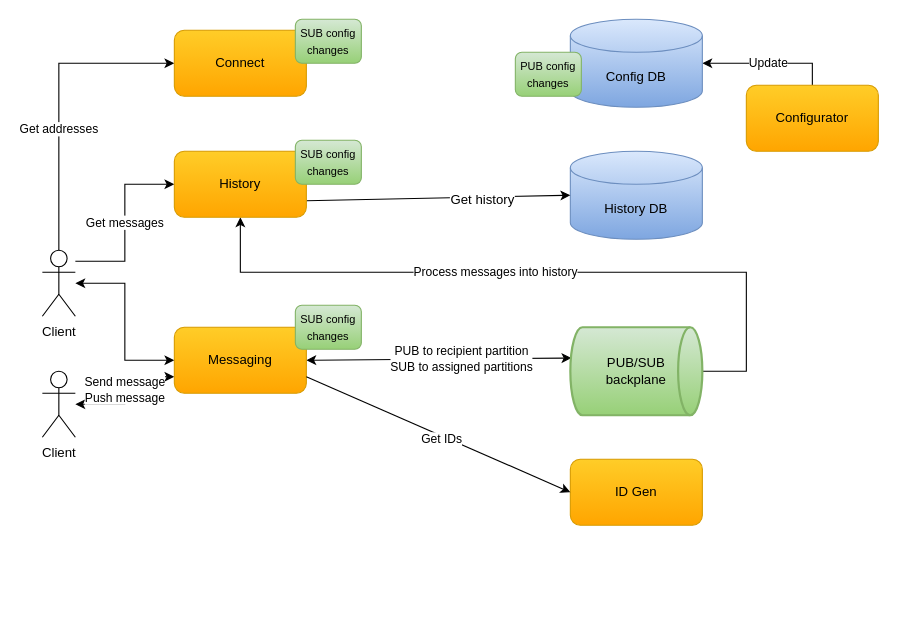
cvetomir-todorov/CecoChat keeps this draw.io diagram as docs/diagrams/cecochat-01-overall.drawio. Above is the earlier version. Source tidied: cells renumbered, new cells numbered last; positions are measured from the earlier drawing's top-left corner, leaving out a move shared by most shapes. Both pictures are drawn from the tidied source at 110%, with x=0, y=0 at pixel (42, 19).
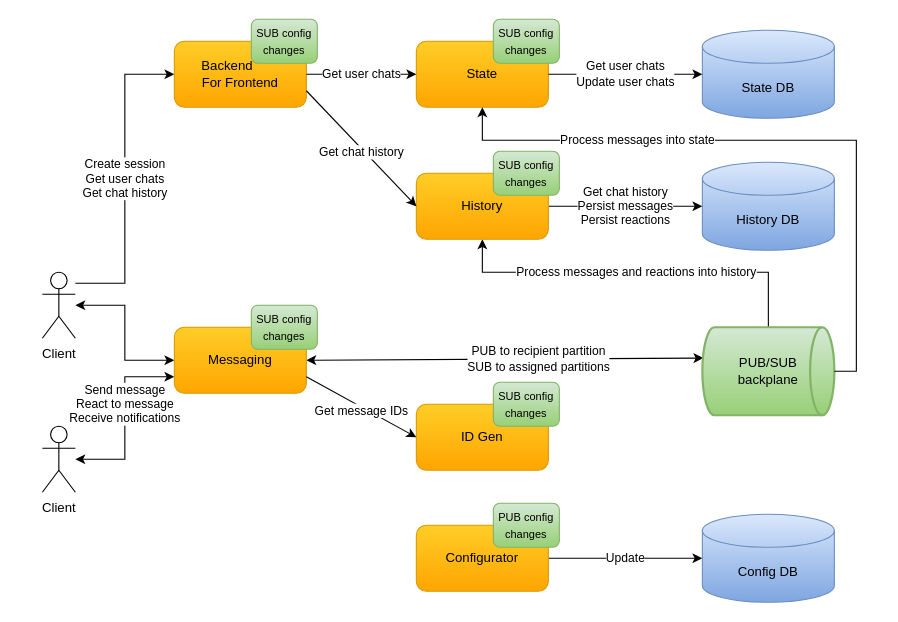
The same page after the edit.

Unchanged cells that the change refers to:
```xml
<mxCell id="9" value="&lt;font style=&quot;font-size: 12px&quot;&gt;Messaging&lt;/font&gt;" style="rounded=1;whiteSpace=wrap;html=1;gradientColor=#ffa500;fillColor=#ffcd28;strokeColor=#d79b00;" parent="1" vertex="1">
  <mxGeometry x="120" y="280" width="120" height="60" as="geometry" />
</mxCell>
```

What changed in the source:
```diff
@@
-    <mxCell id="3" value="Get addresses" style="edgeStyle=orthogonalEdgeStyle;rounded=0;jettySize=auto;html=1;entryX=0;entryY=0.5;entryDx=0;entryDy=0;" parent="1" edge="1" source="5" target="14">
-      <mxGeometry x="-0.2" relative="1" as="geometry">
-        <Array as="points">
-          <mxPoint x="15" y="40" />
-        </Array>
-      </mxGeometry>
-    </mxCell>
-    <mxCell id="4" value="Get messages" style="edgeStyle=orthogonalEdgeStyle;rounded=0;jettySize=auto;html=1;entryX=0;entryY=0.5;entryDx=0;entryDy=0;" parent="1" edge="1" source="5" target="18">
+    <mxCell id="4" value="Create session&lt;br&gt;Get user chats&lt;br&gt;Get chat history" style="edgeStyle=orthogonalEdgeStyle;rounded=0;jettySize=auto;html=1;entryX=0;entryY=0.5;entryDx=0;entryDy=0;" parent="1" edge="1" source="5" target="25">
       <mxGeometry relative="1" as="geometry">
         <Array as="points">
-          <mxPoint x="75" y="220" />
-          <mxPoint x="75" y="150" />
+          <mxPoint x="75" y="240" />
+          <mxPoint x="75" y="50" />
         </Array>
       </mxGeometry>
     </mxCell>
     <mxCell id="5" value="Client" style="shape=umlActor;verticalLabelPosition=bottom;verticalAlign=top;html=1;outlineConnect=0;" parent="1" vertex="1">
-      <mxGeometry y="210" width="30" height="60" as="geometry" />
+      <mxGeometry y="230" width="30" height="60" as="geometry" />
     </mxCell>
-    <mxCell id="6" value="Send message&lt;br&gt;Push message" style="edgeStyle=orthogonalEdgeStyle;rounded=0;jettySize=auto;html=1;entryX=0;entryY=0.75;entryDx=0;entryDy=0;startArrow=classic;startFill=1;" parent="1" edge="1" source="7" target="9">
-      <mxGeometry relative="1" as="geometry" />
+    <mxCell id="6" value="Send message&lt;br&gt;React to message&lt;br&gt;Receive notifications" style="edgeStyle=orthogonalEdgeStyle;rounded=0;jettySize=auto;html=1;entryX=0;entryY=0.75;entryDx=0;entryDy=0;startArrow=classic;startFill=1;" parent="1" edge="1" source="7" target="9">
+      <mxGeometry x="0.15" relative="1" as="geometry" />
     </mxCell>
     <mxCell id="7" value="Client" style="shape=umlActor;verticalLabelPosition=bottom;verticalAlign=top;html=1;outlineConnect=0;" parent="1" vertex="1">
-      <mxGeometry y="320" width="30" height="60" as="geometry" />
+      <mxGeometry y="370" width="30" height="60" as="geometry" />
     </mxCell>
@@
-    <mxCell id="10" value="Process messages into history" style="edgeStyle=orthogonalEdgeStyle;rounded=0;jettySize=auto;html=1;entryX=0.5;entryY=1;entryDx=0;entryDy=0;" parent="1" edge="1" source="11" target="18">
-      <mxGeometry x="0.12" relative="1" as="geometry">
+    <mxCell id="10" value="Process messages and reactions into history" style="edgeStyle=orthogonalEdgeStyle;rounded=0;jettySize=auto;html=1;entryX=0.5;entryY=1;entryDx=0;entryDy=0;exitX=0.5;exitY=0;exitDx=0;exitDy=0;exitPerimeter=0;" parent="1" edge="1" source="11" target="18">
+      <mxGeometry relative="1" as="geometry">
         <Array as="points">
-          <mxPoint x="640" y="320" />
-          <mxPoint x="640" y="230" />
-          <mxPoint x="180" y="230" />
+          <mxPoint x="660" y="230" />
+          <mxPoint x="400" y="230" />
         </Array>
       </mxGeometry>
     </mxCell>
     <mxCell id="11" value="PUB/SUB&lt;br&gt;backplane" style="strokeWidth=2;html=1;shape=mxgraph.flowchart.direct_data;whiteSpace=wrap;gradientColor=#97d077;fillColor=#d5e8d4;strokeColor=#82b366;" parent="1" vertex="1">
-      <mxGeometry x="480" y="280" width="120" height="80" as="geometry" />
+      <mxGeometry x="600" y="280" width="120" height="80" as="geometry" />
     </mxCell>
     <mxCell id="12" value="History DB" style="shape=cylinder3;whiteSpace=wrap;html=1;boundedLbl=1;backgroundOutline=1;size=15;gradientColor=#7ea6e0;fillColor=#dae8fc;strokeColor=#6c8ebf;" parent="1" vertex="1">
-      <mxGeometry x="480" y="120" width="120" height="80" as="geometry" />
+      <mxGeometry x="600" y="130" width="120" height="80" as="geometry" />
     </mxCell>
-    <mxCell id="13" value="&lt;font style=&quot;font-size: 12px&quot;&gt;Get history&lt;/font&gt;" style="rounded=0;jettySize=auto;html=1;entryX=0;entryY=0.5;entryDx=0;entryDy=0;entryPerimeter=0;startArrow=none;startFill=0;exitX=1;exitY=0.75;exitDx=0;exitDy=0;" parent="1" edge="1" source="18" target="12">
-      <mxGeometry x="0.33" y="-2" relative="1" as="geometry" />
+    <mxCell id="13" value="&lt;font style=&quot;font-size: 11px&quot;&gt;Get chat history&lt;br&gt;Persist messages&lt;br&gt;Persist reactions&lt;br&gt;&lt;/font&gt;" style="rounded=0;jettySize=auto;html=1;entryX=0;entryY=0.5;entryDx=0;entryDy=0;entryPerimeter=0;startArrow=none;startFill=0;exitX=1;exitY=0.5;exitDx=0;exitDy=0;" parent="1" edge="1" source="18" target="12">
+      <mxGeometry relative="1" as="geometry" />
     </mxCell>
-    <mxCell id="14" value="&lt;font style=&quot;font-size: 12px&quot;&gt;Connect&lt;br&gt;&lt;/font&gt;" style="rounded=1;whiteSpace=wrap;html=1;gradientColor=#ffa500;fillColor=#ffcd28;strokeColor=#d79b00;" parent="1" vertex="1">
-      <mxGeometry x="120" y="10" width="120" height="60" as="geometry" />
-    </mxCell>
-    <mxCell id="15" value="Update" style="edgeStyle=orthogonalEdgeStyle;rounded=0;jettySize=auto;html=1;entryX=1;entryY=0.5;entryDx=0;entryDy=0;entryPerimeter=0;exitX=0.5;exitY=0;exitDx=0;exitDy=0;" parent="1" edge="1" source="16" target="17">
+    <mxCell id="15" value="Update" style="edgeStyle=orthogonalEdgeStyle;rounded=0;jettySize=auto;html=1;entryX=0;entryY=0.5;entryDx=0;entryDy=0;entryPerimeter=0;exitX=1;exitY=0.5;exitDx=0;exitDy=0;" parent="1" edge="1" source="16" target="17">
       <mxGeometry relative="1" as="geometry" />
     </mxCell>
     <mxCell id="16" value="Configurator" style="rounded=1;whiteSpace=wrap;html=1;gradientColor=#ffa500;fillColor=#ffcd28;strokeColor=#d79b00;" parent="1" vertex="1">
-      <mxGeometry x="640" y="60" width="120" height="60" as="geometry" />
+      <mxGeometry x="340" y="460" width="120" height="60" as="geometry" />
     </mxCell>
     <mxCell id="17" value="Config DB" style="shape=cylinder3;whiteSpace=wrap;html=1;boundedLbl=1;backgroundOutline=1;size=15;gradientColor=#7ea6e0;fillColor=#dae8fc;strokeColor=#6c8ebf;" parent="1" vertex="1">
-      <mxGeometry x="480" width="120" height="80" as="geometry" />
+      <mxGeometry x="600" y="450" width="120" height="80" as="geometry" />
     </mxCell>
     <mxCell id="18" value="&lt;font style=&quot;font-size: 12px&quot;&gt;History&lt;/font&gt;" style="rounded=1;whiteSpace=wrap;html=1;gradientColor=#ffa500;fillColor=#ffcd28;strokeColor=#d79b00;" parent="1" vertex="1">
-      <mxGeometry x="120" y="120" width="120" height="60" as="geometry" />
+      <mxGeometry x="340" y="140" width="120" height="60" as="geometry" />
     </mxCell>
     <mxCell id="19" value="&lt;font style=&quot;font-size: 12px&quot;&gt;ID Gen&lt;/font&gt;" style="rounded=1;whiteSpace=wrap;html=1;gradientColor=#ffa500;fillColor=#ffcd28;strokeColor=#d79b00;" parent="1" vertex="1">
-      <mxGeometry x="480" y="400" width="120" height="60" as="geometry" />
+      <mxGeometry x="340" y="350" width="120" height="60" as="geometry" />
     </mxCell>
-    <mxCell id="20" value="Get IDs" style="endArrow=classic;html=1;exitX=1;exitY=0.75;exitDx=0;exitDy=0;entryX=0;entryY=0.5;entryDx=0;entryDy=0;" parent="1" edge="1" source="9" target="19">
+    <mxCell id="20" value="Get message IDs" style="endArrow=classic;html=1;exitX=1;exitY=0.75;exitDx=0;exitDy=0;entryX=0;entryY=0.5;entryDx=0;entryDy=0;" parent="1" edge="1" source="9" target="19">
       <mxGeometry x="0.04" y="-3" relative="1" as="geometry" />
     </mxCell>
     <mxCell id="21" value="&lt;font style=&quot;font-size: 10px&quot;&gt;PUB config&lt;br&gt;changes&lt;/font&gt;" style="rounded=1;whiteSpace=wrap;html=1;gradientColor=#97d077;fillColor=#d5e8d4;strokeColor=#82b366;" parent="1" vertex="1">
-      <mxGeometry x="430" y="30" width="60" height="40" as="geometry" />
+      <mxGeometry x="410" y="440" width="60" height="40" as="geometry" />
     </mxCell>
-    <mxCell id="22" value="&lt;font style=&quot;font-size: 10px&quot;&gt;SUB config&lt;br&gt;changes&lt;/font&gt;" style="rounded=1;whiteSpace=wrap;html=1;gradientColor=#97d077;fillColor=#d5e8d4;strokeColor=#82b366;" parent="1" vertex="1">
-      <mxGeometry x="230" width="60" height="40" as="geometry" />
-    </mxCell>
-    <mxCell id="23" value="&lt;font style=&quot;font-size: 10px&quot;&gt;SUB config&lt;br&gt;changes&lt;/font&gt;" style="rounded=1;whiteSpace=wrap;html=1;gradientColor=#97d077;fillColor=#d5e8d4;strokeColor=#82b366;" parent="1" vertex="1">
-      <mxGeometry x="230" y="110" width="60" height="40" as="geometry" />
-    </mxCell>
     <mxCell id="24" value="&lt;font style=&quot;font-size: 10px&quot;&gt;SUB config&lt;br&gt;changes&lt;/font&gt;" style="rounded=1;whiteSpace=wrap;html=1;gradientColor=#97d077;fillColor=#d5e8d4;strokeColor=#82b366;" parent="1" vertex="1">
-      <mxGeometry x="230" y="260" width="60" height="40" as="geometry" />
+      <mxGeometry x="190" y="260" width="60" height="40" as="geometry" />
     </mxCell>
+    <mxCell id="25" value="&lt;font style=&quot;font-size: 12px&quot;&gt;Backend&amp;nbsp; &amp;nbsp; &amp;nbsp; &amp;nbsp;&lt;br&gt;For Frontend&lt;/font&gt;" style="rounded=1;whiteSpace=wrap;html=1;gradientColor=#ffa500;fillColor=#ffcd28;strokeColor=#d79b00;" parent="1" vertex="1">
+      <mxGeometry x="120" y="20" width="120" height="60" as="geometry" />
+    </mxCell>
+    <mxCell id="26" value="&lt;font style=&quot;font-size: 10px&quot;&gt;SUB config&lt;br&gt;changes&lt;/font&gt;" style="rounded=1;whiteSpace=wrap;html=1;gradientColor=#97d077;fillColor=#d5e8d4;strokeColor=#82b366;" parent="1" vertex="1">
+      <mxGeometry x="190" width="60" height="40" as="geometry" />
+    </mxCell>
+    <mxCell id="27" value="State DB" style="shape=cylinder3;whiteSpace=wrap;html=1;boundedLbl=1;backgroundOutline=1;size=15;gradientColor=#7ea6e0;fillColor=#dae8fc;strokeColor=#6c8ebf;" parent="1" vertex="1">
+      <mxGeometry x="600" y="10" width="120" height="80" as="geometry" />
+    </mxCell>
+    <mxCell id="28" value="&lt;font style=&quot;font-size: 12px&quot;&gt;State&lt;/font&gt;" style="rounded=1;whiteSpace=wrap;html=1;gradientColor=#ffa500;fillColor=#ffcd28;strokeColor=#d79b00;" parent="1" vertex="1">
+      <mxGeometry x="340" y="20" width="120" height="60" as="geometry" />
+    </mxCell>
+    <mxCell id="29" value="Process messages into state" style="edgeStyle=orthogonalEdgeStyle;rounded=0;jettySize=auto;html=1;entryX=0.5;entryY=1;entryDx=0;entryDy=0;exitX=1;exitY=0.5;exitDx=0;exitDy=0;exitPerimeter=0;" parent="1" edge="1" source="11" target="28">
+      <mxGeometry x="0.43" relative="1" as="geometry">
+        <Array as="points">
+          <mxPoint x="740" y="320" />
+          <mxPoint x="740" y="110" />
+          <mxPoint x="400" y="110" />
+        </Array>
+      </mxGeometry>
+    </mxCell>
+    <mxCell id="30" value="&lt;font style=&quot;font-size: 11px&quot;&gt;Get user chats&lt;br&gt;Update user chats&lt;br&gt;&lt;/font&gt;" style="rounded=0;jettySize=auto;html=1;entryX=0;entryY=0.5;entryDx=0;entryDy=0;entryPerimeter=0;startArrow=none;startFill=0;exitX=1;exitY=0.5;exitDx=0;exitDy=0;" parent="1" edge="1" source="28" target="27">
+      <mxGeometry relative="1" as="geometry" />
+    </mxCell>
+    <mxCell id="31" value="Get chat history" style="endArrow=classic;html=1;exitX=1;exitY=0.75;exitDx=0;exitDy=0;entryX=0;entryY=0.5;entryDx=0;entryDy=0;" parent="1" edge="1" source="25" target="18">
+      <mxGeometry x="0.04" y="-3" relative="1" as="geometry" />
+    </mxCell>
+    <mxCell id="32" value="Get user chats" style="endArrow=classic;html=1;entryX=0;entryY=0.5;entryDx=0;entryDy=0;exitX=1;exitY=0.5;exitDx=0;exitDy=0;" parent="1" edge="1" source="25" target="28">
+      <mxGeometry relative="1" as="geometry" />
+    </mxCell>
+    <mxCell id="33" value="&lt;font style=&quot;font-size: 10px&quot;&gt;SUB config&lt;br&gt;changes&lt;/font&gt;" style="rounded=1;whiteSpace=wrap;html=1;gradientColor=#97d077;fillColor=#d5e8d4;strokeColor=#82b366;" parent="1" vertex="1">
+      <mxGeometry x="410" y="120" width="60" height="40" as="geometry" />
+    </mxCell>
+    <mxCell id="34" value="&lt;font style=&quot;font-size: 10px&quot;&gt;SUB config&lt;br&gt;changes&lt;/font&gt;" style="rounded=1;whiteSpace=wrap;html=1;gradientColor=#97d077;fillColor=#d5e8d4;strokeColor=#82b366;" parent="1" vertex="1">
+      <mxGeometry x="410" width="60" height="40" as="geometry" />
+    </mxCell>
+    <mxCell id="35" value="&lt;font style=&quot;font-size: 10px&quot;&gt;SUB config&lt;br&gt;changes&lt;/font&gt;" style="rounded=1;whiteSpace=wrap;html=1;gradientColor=#97d077;fillColor=#d5e8d4;strokeColor=#82b366;" parent="1" vertex="1">
+      <mxGeometry x="410" y="330" width="60" height="40" as="geometry" />
+    </mxCell>
```
